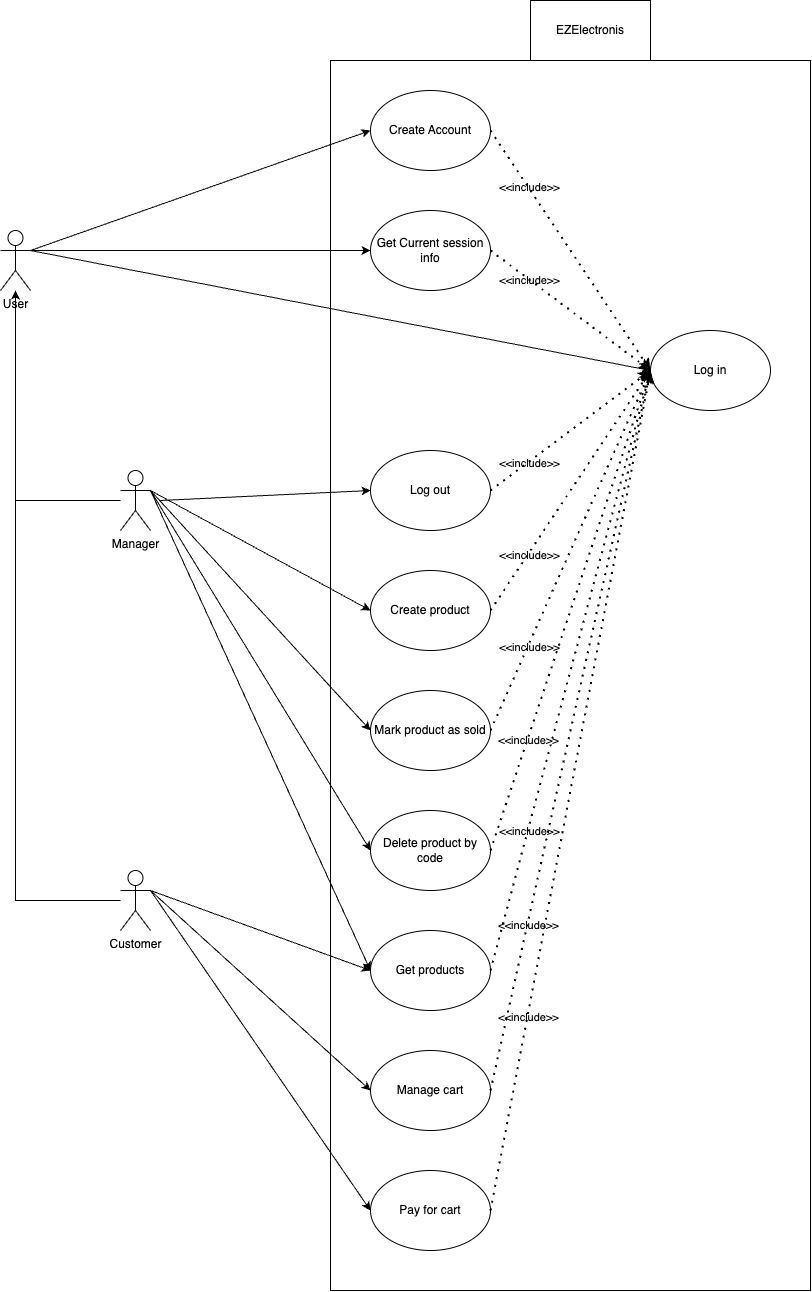
Andrea-1704/Ezelectronics keeps this draw.io diagram as assets/img/V1/UCDV1.png. Above is the earlier version. Source tidied: cells renumbered, new cells last; positions are measured from the earlier drawing's top-left corner, leaving out a move shared by most shapes.
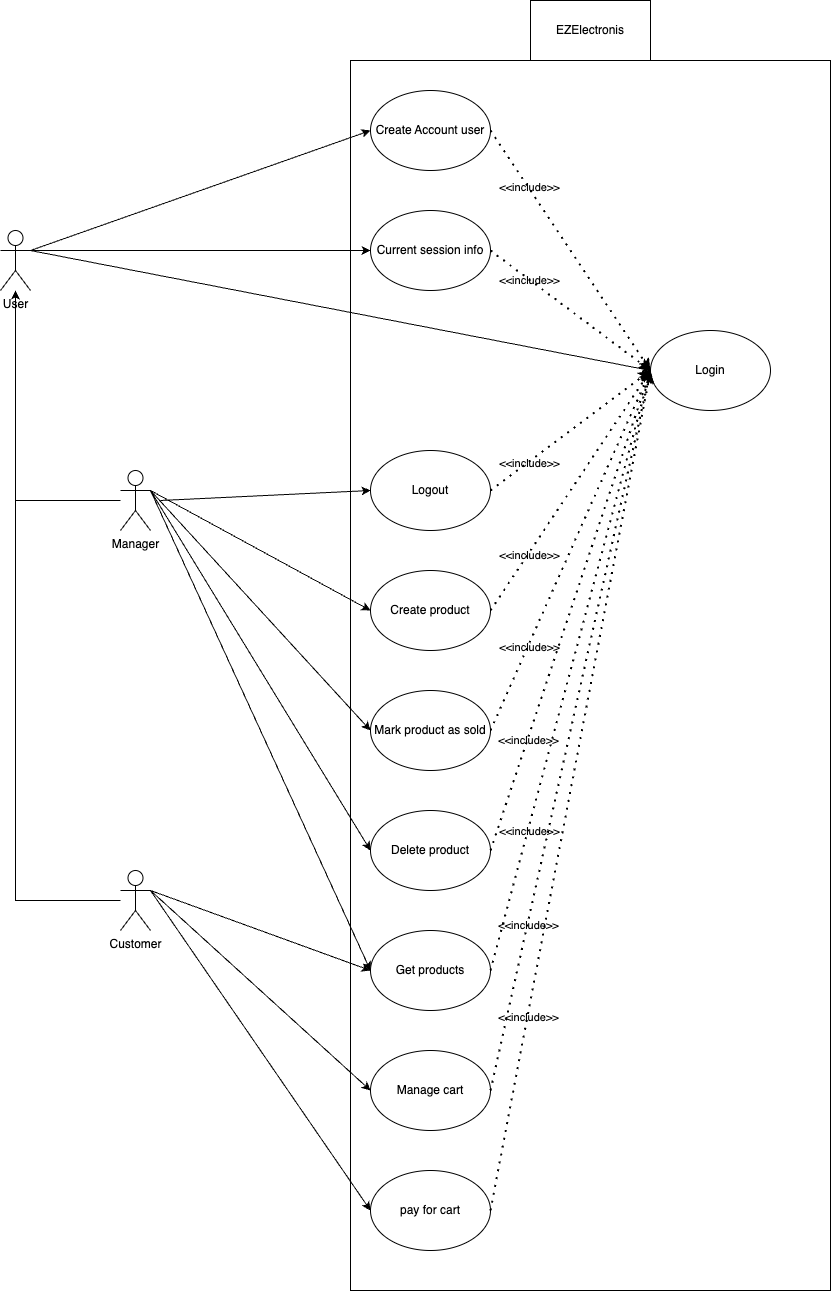
After the commit.

The edit, as a diff of the source:
```diff
@@ -2,16 +2,16 @@
   <root>
     <mxCell id="0" />
     <mxCell id="1" parent="0" />
-    <mxCell id="2" value="Create Account" style="ellipse;whiteSpace=wrap;html=1;labelBackgroundColor=none;rounded=0;" parent="1" vertex="1">
+    <mxCell id="2" value="Create Account user" style="ellipse;whiteSpace=wrap;html=1;labelBackgroundColor=none;rounded=0;" parent="1" vertex="1">
       <mxGeometry x="370" y="90" width="120" height="80" as="geometry" />
     </mxCell>
     <mxCell id="3" value="User&lt;div&gt;&lt;br&gt;&lt;/div&gt;" style="shape=umlActor;verticalLabelPosition=bottom;verticalAlign=top;html=1;outlineConnect=0;labelBackgroundColor=none;rounded=0;" parent="1" vertex="1">
       <mxGeometry y="230" width="30" height="60" as="geometry" />
     </mxCell>
-    <mxCell id="4" value="Log in" style="ellipse;whiteSpace=wrap;html=1;labelBackgroundColor=none;rounded=0;" parent="1" vertex="1">
+    <mxCell id="4" value="Login" style="ellipse;whiteSpace=wrap;html=1;labelBackgroundColor=none;rounded=0;" parent="1" vertex="1">
       <mxGeometry x="650" y="330" width="120" height="80" as="geometry" />
     </mxCell>
-    <mxCell id="5" value="Get Current session info" style="ellipse;whiteSpace=wrap;html=1;labelBackgroundColor=none;rounded=0;" parent="1" vertex="1">
+    <mxCell id="5" value="Current session info" style="ellipse;whiteSpace=wrap;html=1;labelBackgroundColor=none;rounded=0;" parent="1" vertex="1">
       <mxGeometry x="370" y="210" width="120" height="80" as="geometry" />
     </mxCell>
     <mxCell id="6" value="Create product" style="ellipse;whiteSpace=wrap;html=1;labelBackgroundColor=none;rounded=0;" parent="1" vertex="1">
@@ -23,7 +23,7 @@
     <mxCell id="8" value="Get products" style="ellipse;whiteSpace=wrap;html=1;labelBackgroundColor=none;rounded=0;" parent="1" vertex="1">
       <mxGeometry x="370" y="930" width="120" height="80" as="geometry" />
     </mxCell>
-    <mxCell id="9" value="Delete product by code" style="ellipse;whiteSpace=wrap;html=1;labelBackgroundColor=none;rounded=0;" parent="1" vertex="1">
+    <mxCell id="9" value="Delete product" style="ellipse;whiteSpace=wrap;html=1;labelBackgroundColor=none;rounded=0;" parent="1" vertex="1">
       <mxGeometry x="370" y="810" width="120" height="80" as="geometry" />
     </mxCell>
     <mxCell id="10" value="Manage cart" style="ellipse;whiteSpace=wrap;html=1;labelBackgroundColor=none;rounded=0;" parent="1" vertex="1">
@@ -69,12 +69,12 @@
       <mxGeometry relative="1" as="geometry" />
     </mxCell>
     <mxCell id="24" style="rounded=0;whiteSpace=wrap;html=1;fillColor=none;labelBackgroundColor=none;" parent="1" vertex="1">
-      <mxGeometry x="330" y="60" width="480" height="1230" as="geometry" />
+      <mxGeometry x="350" y="60" width="480" height="1230" as="geometry" />
     </mxCell>
     <mxCell id="25" value="EZElectronis" style="rounded=0;whiteSpace=wrap;html=1;labelBackgroundColor=none;" parent="1" vertex="1">
       <mxGeometry x="530" width="120" height="60" as="geometry" />
     </mxCell>
-    <mxCell id="26" value="Pay for cart" style="ellipse;whiteSpace=wrap;html=1;labelBackgroundColor=none;rounded=0;" parent="1" vertex="1">
+    <mxCell id="26" value="pay for cart" style="ellipse;whiteSpace=wrap;html=1;labelBackgroundColor=none;rounded=0;" parent="1" vertex="1">
       <mxGeometry x="370" y="1170" width="120" height="80" as="geometry" />
     </mxCell>
     <mxCell id="27" style="endArrow=classic;html=1;rounded=0;entryX=0;entryY=0.5;entryDx=0;entryDy=0;labelBackgroundColor=none;fontColor=default;" parent="1" edge="1" target="26">
@@ -82,7 +82,7 @@
         <mxPoint x="150" y="890" as="sourcePoint" />
       </mxGeometry>
     </mxCell>
-    <mxCell id="28" value="Log&amp;nbsp;&lt;span style=&quot;background-color: initial;&quot;&gt;out&lt;/span&gt;" style="ellipse;whiteSpace=wrap;html=1;labelBackgroundColor=none;rounded=0;" parent="1" vertex="1">
+    <mxCell id="28" value="Logout" style="ellipse;whiteSpace=wrap;html=1;labelBackgroundColor=none;rounded=0;" parent="1" vertex="1">
       <mxGeometry x="370" y="450" width="120" height="80" as="geometry" />
     </mxCell>
     <mxCell id="29" style="endArrow=classic;dashed=1;html=1;dashPattern=1 3;strokeWidth=2;rounded=0;entryX=0;entryY=0.5;entryDx=0;entryDy=0;exitX=1;exitY=0.5;exitDx=0;exitDy=0;endFill=1;labelBackgroundColor=none;fontColor=default;" parent="1" edge="1" source="28" target="4">
```
